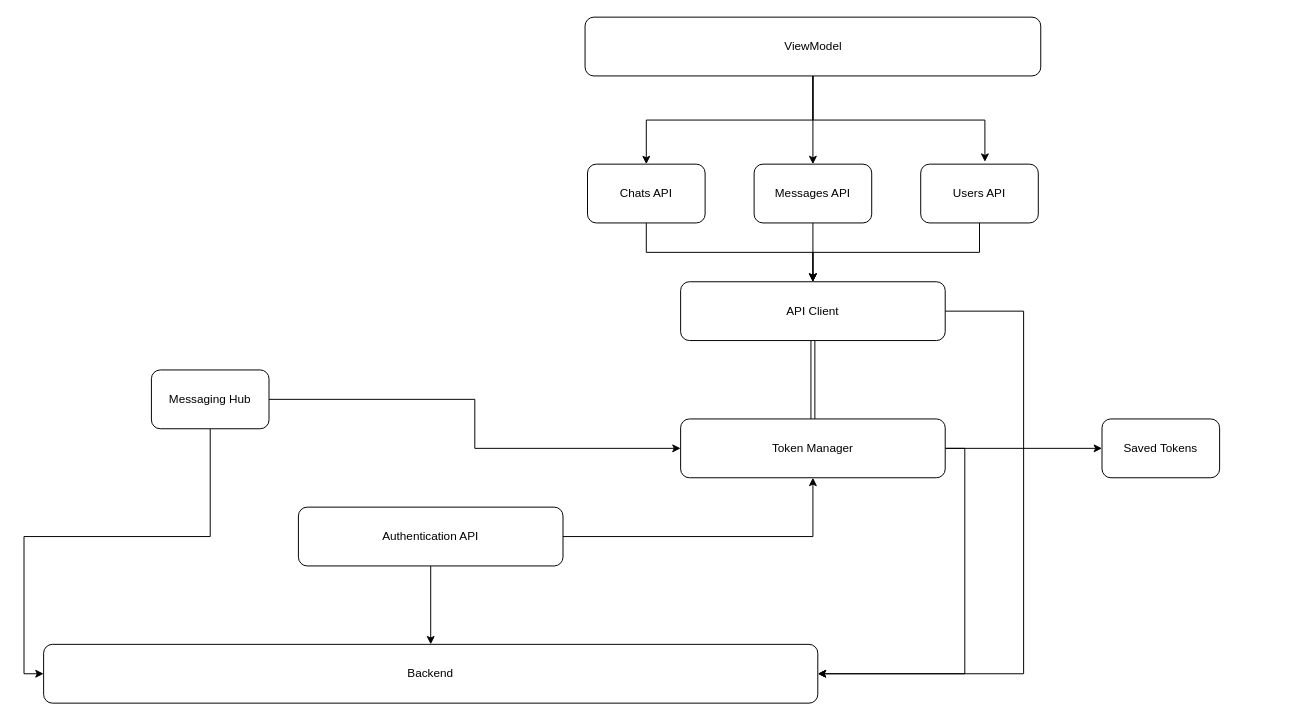
Ahmed-moh-Afifi/Chatterly keeps this draw.io diagram as Chatterly Architecture.drawio. Above is the earlier version. Source tidied: cells renumbered, new cells numbered last; positions are measured from the earlier drawing's top-left corner, leaving out a move shared by most shapes. Both pictures are drawn from the tidied source at 98%, with x=0, y=0 at pixel (43, 17).
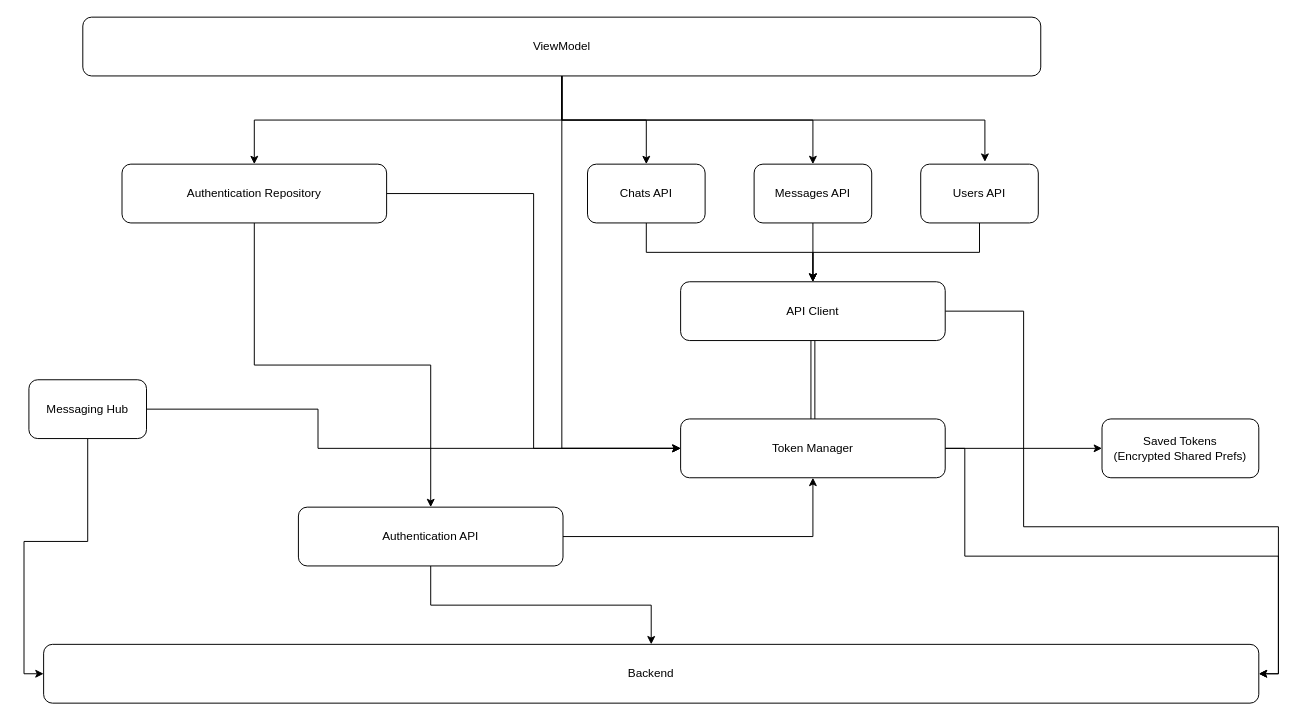
Above is the later version.

The change refers to these unchanged cells:
```xml
<mxCell id="5" value="Token Manager" style="rounded=1;whiteSpace=wrap;html=1;" parent="1" vertex="1">
  <mxGeometry x="650" y="410" width="270" height="60" as="geometry" />
</mxCell>
<mxCell id="8" value="API Client" style="rounded=1;whiteSpace=wrap;html=1;" parent="1" vertex="1">
  <mxGeometry x="650" y="270" width="270" height="60" as="geometry" />
</mxCell>
<mxCell id="13" value="Authentication API" style="rounded=1;whiteSpace=wrap;html=1;" parent="1" vertex="1">
  <mxGeometry x="260" y="500" width="270" height="60" as="geometry" />
</mxCell>
```

Diff of the diagram source:
```diff
@@
     <mxCell id="2" value="Backend" style="rounded=1;whiteSpace=wrap;html=1;" parent="1" vertex="1">
-      <mxGeometry y="640" width="790" height="60" as="geometry" />
+      <mxGeometry y="640" width="1240" height="60" as="geometry" />
     </mxCell>
     <mxCell id="3" style="edgeStyle=orthogonalEdgeStyle;rounded=0;jettySize=auto;html=1;exitX=1;exitY=0.5;exitDx=0;exitDy=0;entryX=1;entryY=0.5;entryDx=0;entryDy=0;" parent="1" edge="1" source="5" target="2">
-      <mxGeometry relative="1" as="geometry" />
+      <mxGeometry relative="1" as="geometry">
+        <Array as="points">
+          <mxPoint x="940" y="440" />
+          <mxPoint x="940" y="550" />
+          <mxPoint x="1260" y="550" />
+          <mxPoint x="1260" y="670" />
+        </Array>
+      </mxGeometry>
     </mxCell>
@@
-    <mxCell id="7" style="edgeStyle=orthogonalEdgeStyle;rounded=0;jettySize=auto;html=1;" parent="1" edge="1" source="8">
-      <mxGeometry relative="1" as="geometry">
-        <mxPoint x="790" y="670" as="targetPoint" />
-        <Array as="points">
-          <mxPoint x="1000" y="300" />
-          <mxPoint x="1000" y="670" />
-        </Array>
-      </mxGeometry>
-    </mxCell>
+    <mxCell id="26" style="edgeStyle=orthogonalEdgeStyle;rounded=0;jettySize=auto;html=1;entryX=1;entryY=0.5;entryDx=0;entryDy=0;" parent="1" edge="1" source="8" target="2">
+      <mxGeometry relative="1" as="geometry">
+        <Array as="points">
+          <mxPoint x="1000" y="300" />
+          <mxPoint x="1000" y="520" />
+          <mxPoint x="1260" y="520" />
+          <mxPoint x="1260" y="670" />
+        </Array>
+      </mxGeometry>
+    </mxCell>
@@
-    <mxCell id="18" value="Saved Tokens" style="rounded=1;whiteSpace=wrap;html=1;" parent="1" vertex="1">
-      <mxGeometry x="1080" y="410" width="120" height="60" as="geometry" />
+    <mxCell id="18" value="Saved Tokens&lt;div&gt;(Encrypted Shared Prefs)&lt;/div&gt;" style="rounded=1;whiteSpace=wrap;html=1;" parent="1" vertex="1">
+      <mxGeometry x="1080" y="410" width="160" height="60" as="geometry" />
     </mxCell>
@@
     <mxCell id="20" style="edgeStyle=orthogonalEdgeStyle;rounded=0;jettySize=auto;html=1;entryX=0;entryY=0.5;entryDx=0;entryDy=0;" parent="1" edge="1" source="21" target="5">
-      <mxGeometry relative="1" as="geometry" />
+      <mxGeometry relative="1" as="geometry">
+        <Array as="points">
+          <mxPoint x="280" y="400" />
+          <mxPoint x="280" y="440" />
+        </Array>
+      </mxGeometry>
     </mxCell>
     <mxCell id="21" value="Messaging Hub" style="rounded=1;whiteSpace=wrap;html=1;" parent="1" vertex="1">
-      <mxGeometry x="110" y="360" width="120" height="60" as="geometry" />
+      <mxGeometry x="-15" y="370" width="120" height="60" as="geometry" />
     </mxCell>
@@
+    <mxCell id="27" style="edgeStyle=orthogonalEdgeStyle;rounded=0;jettySize=auto;html=1;exitX=0.5;exitY=1;exitDx=0;exitDy=0;entryX=0.5;entryY=0;entryDx=0;entryDy=0;" parent="1" edge="1" source="24" target="31">
+      <mxGeometry relative="1" as="geometry" />
+    </mxCell>
+    <mxCell id="28" style="edgeStyle=orthogonalEdgeStyle;rounded=0;jettySize=auto;html=1;entryX=0;entryY=0.5;entryDx=0;entryDy=0;" parent="1" edge="1" source="24" target="5">
+      <mxGeometry relative="1" as="geometry" />
+    </mxCell>
     <mxCell id="24" value="ViewModel" style="rounded=1;whiteSpace=wrap;html=1;" parent="1" vertex="1">
-      <mxGeometry x="552.5" width="465" height="60" as="geometry" />
+      <mxGeometry x="40" width="977.5" height="60" as="geometry" />
     </mxCell>
@@
+    <mxCell id="29" style="edgeStyle=orthogonalEdgeStyle;rounded=0;jettySize=auto;html=1;entryX=0.5;entryY=0;entryDx=0;entryDy=0;" parent="1" edge="1" source="31" target="13">
+      <mxGeometry relative="1" as="geometry" />
+    </mxCell>
+    <mxCell id="30" style="edgeStyle=orthogonalEdgeStyle;rounded=0;jettySize=auto;html=1;entryX=0;entryY=0.5;entryDx=0;entryDy=0;" parent="1" edge="1" source="31" target="5">
+      <mxGeometry relative="1" as="geometry" />
+    </mxCell>
+    <mxCell id="31" value="Authentication Repository" style="rounded=1;whiteSpace=wrap;html=1;" parent="1" vertex="1">
+      <mxGeometry x="80" y="150" width="270" height="60" as="geometry" />
+    </mxCell>
```
